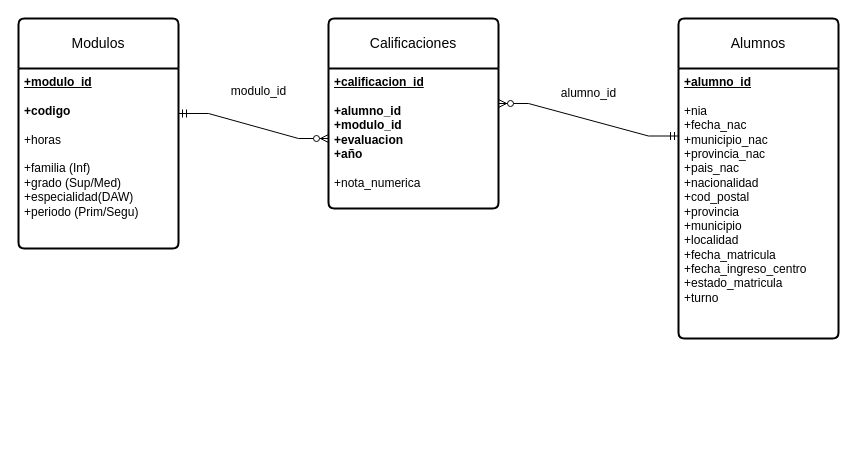
The draw.io diagram Diagrams/SchoolProject-DataWarehouse.drawio in TehWeifu/SchoolReport, before the edit. Source tidied: cells renumbered, new cells numbered last; positions are measured from the earlier drawing's top-left corner, leaving out a move shared by most shapes. Both pictures are drawn from the tidied source at 100%, with x=0, y=0 at pixel (18, 18).
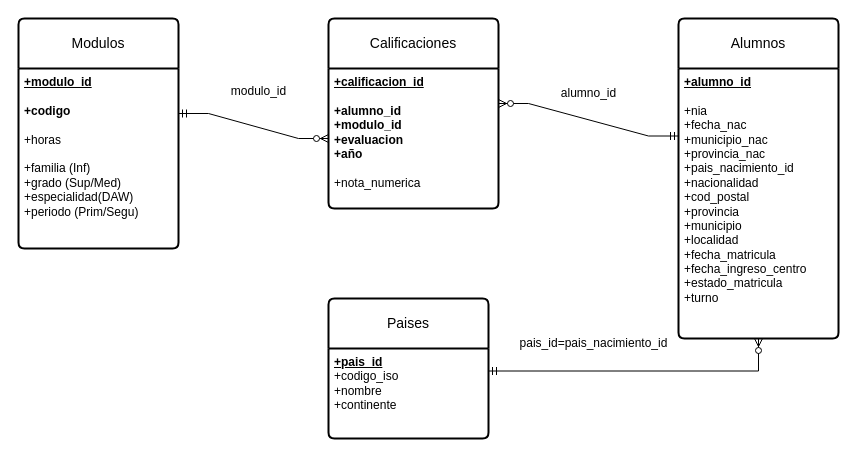
Above is the later version.

The edit, as a diff of the source:
```diff
@@
 <mxGraphModel>
   <root>
     <mxCell id="0" />
     <mxCell id="1" parent="0" />
     <mxCell id="2" value="Calificaciones" style="swimlane;horizontal=1;startSize=50;rounded=1;fontSize=14;fontStyle=0;strokeWidth=2;shadow=0;dashed=0;align=center;arcSize=4;whiteSpace=wrap;html=1;" parent="1" vertex="1">
       <mxGeometry x="310" width="170" height="190" as="geometry" />
     </mxCell>
     <mxCell id="3" value="&lt;b&gt;&lt;u&gt;+calificacion_id&lt;br&gt;&lt;/u&gt;&lt;br&gt;&lt;/b&gt;&lt;div&gt;&lt;b&gt;+alumno_id&lt;/b&gt;&lt;div&gt;&lt;b&gt;+modulo_id&lt;br&gt;&lt;/b&gt;&lt;div&gt;&lt;b&gt;+evaluacion&lt;/b&gt;&lt;/div&gt;&lt;/div&gt;&lt;div&gt;&lt;b&gt;+año&lt;/b&gt;&lt;/div&gt;&lt;/div&gt;&lt;div&gt;&lt;b&gt;&lt;br&gt;&lt;/b&gt;&lt;/div&gt;&lt;div&gt;+nota_numerica&lt;/div&gt;" style="align=left;strokeColor=none;fillColor=none;spacingLeft=4;fontSize=12;verticalAlign=top;html=1;" parent="2" vertex="1">
       <mxGeometry y="50" width="170" height="140" as="geometry" />
     </mxCell>
     <mxCell id="4" value="Alumnos" style="swimlane;horizontal=1;startSize=50;rounded=1;fontSize=14;fontStyle=0;strokeWidth=2;shadow=0;dashed=0;align=center;arcSize=4;whiteSpace=wrap;html=1;" parent="1" vertex="1">
       <mxGeometry x="660" width="160" height="320" as="geometry" />
     </mxCell>
-    <mxCell id="5" value="&lt;u&gt;&lt;b&gt;+alumno_id&lt;/b&gt;&lt;/u&gt;&lt;div&gt;&lt;u&gt;&lt;b&gt;&lt;br&gt;&lt;/b&gt;&lt;/u&gt;+nia&lt;/div&gt;&lt;div&gt;+fecha_nac&lt;/div&gt;&lt;div&gt;+municipio_nac&lt;/div&gt;&lt;div&gt;+provincia_nac&lt;/div&gt;&lt;div&gt;+pais_nac&lt;/div&gt;&lt;div&gt;+nacionalidad&lt;/div&gt;&lt;div&gt;+cod_postal&lt;/div&gt;&lt;div&gt;+provincia&lt;/div&gt;&lt;div&gt;+municipio&lt;/div&gt;&lt;div&gt;+localidad&lt;/div&gt;&lt;div&gt;+fecha_matricula&lt;/div&gt;&lt;div&gt;+fecha_ingreso_centro&lt;/div&gt;&lt;div&gt;+estado_matricula&lt;/div&gt;&lt;div&gt;&lt;span style=&quot;background-color: initial;&quot;&gt;+turno&lt;/span&gt;&lt;br&gt;&lt;/div&gt;" style="align=left;strokeColor=none;fillColor=none;spacingLeft=4;fontSize=12;verticalAlign=top;html=1;" parent="4" vertex="1">
+    <mxCell id="5" value="&lt;u&gt;&lt;b&gt;+alumno_id&lt;/b&gt;&lt;/u&gt;&lt;div&gt;&lt;u&gt;&lt;b&gt;&lt;br&gt;&lt;/b&gt;&lt;/u&gt;+nia&lt;/div&gt;&lt;div&gt;+fecha_nac&lt;/div&gt;&lt;div&gt;+municipio_nac&lt;/div&gt;&lt;div&gt;+provincia_nac&lt;/div&gt;&lt;div&gt;+pais_nacimiento_id&lt;/div&gt;&lt;div&gt;+nacionalidad&lt;/div&gt;&lt;div&gt;+cod_postal&lt;/div&gt;&lt;div&gt;+provincia&lt;/div&gt;&lt;div&gt;+municipio&lt;/div&gt;&lt;div&gt;+localidad&lt;/div&gt;&lt;div&gt;+fecha_matricula&lt;/div&gt;&lt;div&gt;+fecha_ingreso_centro&lt;/div&gt;&lt;div&gt;+estado_matricula&lt;/div&gt;&lt;div&gt;&lt;span style=&quot;background-color: initial;&quot;&gt;+turno&lt;/span&gt;&lt;br&gt;&lt;/div&gt;" style="align=left;strokeColor=none;fillColor=none;spacingLeft=4;fontSize=12;verticalAlign=top;html=1;" parent="4" vertex="1">
       <mxGeometry y="50" width="160" height="270" as="geometry" />
     </mxCell>
     <mxCell id="6" style="edgeStyle=entityRelationEdgeStyle;fontSize=12;html=1;endArrow=ERzeroToMany;startArrow=ERmandOne;rounded=0;entryX=1;entryY=0.25;entryDx=0;entryDy=0;exitX=0;exitY=0.25;exitDx=0;exitDy=0;" parent="1" edge="1" source="5" target="3">
       <mxGeometry relative="1" as="geometry" />
     </mxCell>
     <mxCell id="7" value="Modulos" style="swimlane;horizontal=1;startSize=50;rounded=1;fontSize=14;fontStyle=0;strokeWidth=2;shadow=0;dashed=0;align=center;arcSize=4;whiteSpace=wrap;html=1;" parent="1" vertex="1">
       <mxGeometry width="160" height="230" as="geometry" />
     </mxCell>
     <mxCell id="8" value="&lt;b&gt;&lt;u&gt;+modulo_id&lt;/u&gt;&lt;/b&gt;&lt;div&gt;&lt;b&gt;&lt;u&gt;&lt;br&gt;&lt;/u&gt;+codigo&lt;/b&gt;&lt;div&gt;&lt;div&gt;&lt;b&gt;&lt;br&gt;&lt;/b&gt;&lt;/div&gt;&lt;div&gt;+horas&lt;/div&gt;&lt;/div&gt;&lt;div&gt;&lt;br&gt;&lt;/div&gt;&lt;div&gt;+familia (Inf)&lt;/div&gt;&lt;div&gt;+grado (Sup/Med)&lt;/div&gt;&lt;div&gt;+especialidad(DAW)&lt;/div&gt;&lt;div&gt;+periodo (Prim/Segu)&lt;/div&gt;&lt;/div&gt;" style="align=left;strokeColor=none;fillColor=none;spacingLeft=4;fontSize=12;verticalAlign=top;html=1;" parent="7" vertex="1">
       <mxGeometry y="50" width="160" height="180" as="geometry" />
     </mxCell>
     <mxCell id="9" style="edgeStyle=entityRelationEdgeStyle;fontSize=12;html=1;endArrow=ERzeroToMany;startArrow=ERmandOne;rounded=0;exitX=1;exitY=0.25;exitDx=0;exitDy=0;entryX=0;entryY=0.5;entryDx=0;entryDy=0;" parent="1" edge="1" source="8" target="3">
       <mxGeometry relative="1" as="geometry" />
     </mxCell>
     <mxCell id="10" value="modulo_id&lt;div&gt;&lt;br&gt;&lt;/div&gt;" style="text;html=1;align=center;verticalAlign=middle;strokeColor=none;fillColor=none;" parent="1" vertex="1">
       <mxGeometry x="200" y="60" width="80" height="40" as="geometry" />
     </mxCell>
     <mxCell id="11" value="alumno_id" style="text;html=1;align=center;verticalAlign=middle;strokeColor=none;fillColor=none;" parent="1" vertex="1">
       <mxGeometry x="530" y="60" width="80" height="30" as="geometry" />
     </mxCell>
+    <mxCell id="12" value="Paises" style="swimlane;horizontal=1;startSize=50;rounded=1;fontSize=14;fontStyle=0;strokeWidth=2;shadow=0;dashed=0;align=center;arcSize=4;whiteSpace=wrap;html=1;" parent="1" vertex="1">
+      <mxGeometry x="310" y="280" width="160" height="140" as="geometry" />
+    </mxCell>
+    <mxCell id="13" value="&lt;b&gt;&lt;u&gt;+pais_id&lt;br&gt;&lt;/u&gt;&lt;/b&gt;+codigo_iso&lt;br&gt;+nombre&lt;div&gt;+continente&lt;/div&gt;" style="align=left;strokeColor=none;fillColor=none;spacingLeft=4;fontSize=12;verticalAlign=top;html=1;" parent="12" vertex="1">
+      <mxGeometry y="50" width="160" height="90" as="geometry" />
+    </mxCell>
+    <mxCell id="14" style="fontSize=12;html=1;endArrow=ERzeroToMany;startArrow=ERmandOne;rounded=0;exitX=1;exitY=0.25;exitDx=0;exitDy=0;edgeStyle=orthogonalEdgeStyle;entryX=0.5;entryY=1;entryDx=0;entryDy=0;" parent="1" edge="1" source="13" target="5">
+      <mxGeometry relative="1" as="geometry" />
+    </mxCell>
+    <mxCell id="15" value="pais_id=pais_nacimiento_id" style="text;html=1;align=center;verticalAlign=middle;strokeColor=none;fillColor=none;" parent="1" vertex="1">
+      <mxGeometry x="490" y="310" width="170" height="30" as="geometry" />
+    </mxCell>
   </root>
 </mxGraphModel>
```
